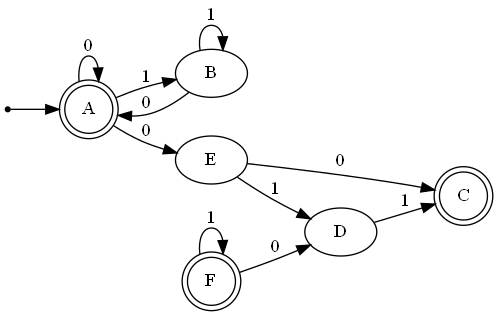
ShiomeDiaz/Automatas keeps this Graphviz diagram as View/Digraph.gv.png. Above is the earlier version. Its source is kept beside it as View/Digraph.gv.
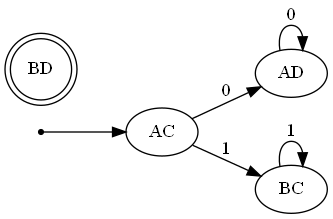
After the commit.

Change to the diagram source:
```diff
@@ -1,21 +1,13 @@
 digraph {
 	graph [rankdir=LR]
 	ini [shape=point]
-	A [shape=doublecircle]
-	ini -> A
-	B
-	C [shape=doublecircle]
-	D
-	E
-	F [shape=doublecircle]
-	A -> B [label=1]
-	A -> A [label=0]
-	A -> E [label=0]
-	E -> D [label=1]
-	F -> F [label=1]
-	D -> C [label=1]
-	B -> A [label=0]
-	E -> C [label=0]
-	F -> D [label=0]
-	B -> B [label=1]
+	AC
+	ini -> AC
+	AD
+	BC
+	BD [shape=doublecircle]
+	AC -> BC [label=1]
+	AC -> AD [label=0]
+	AD -> AD [label=0]
+	BC -> BC [label=1]
 }
```
